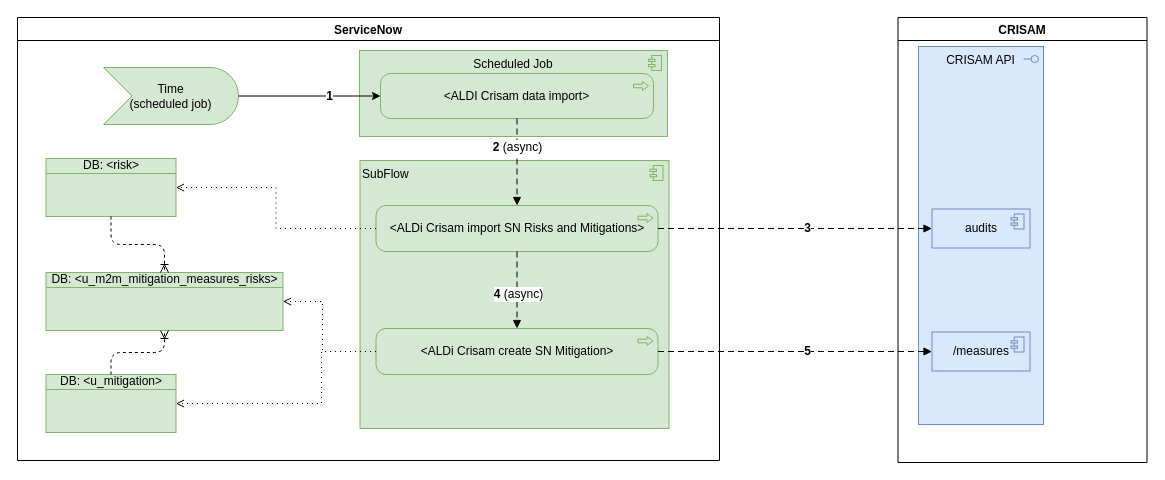
The draw.io diagram page "Crisam2SnNightly" (15 of 25) of AldiCrisam.drawio in algimas/tmp, before the edit. Source tidied: cells renumbered, new cells numbered last; positions are measured from the earlier drawing's top-left corner, leaving out a move shared by most shapes. Both pictures are drawn from the tidied source at 100%, with x=0, y=0 at pixel (17, 17).
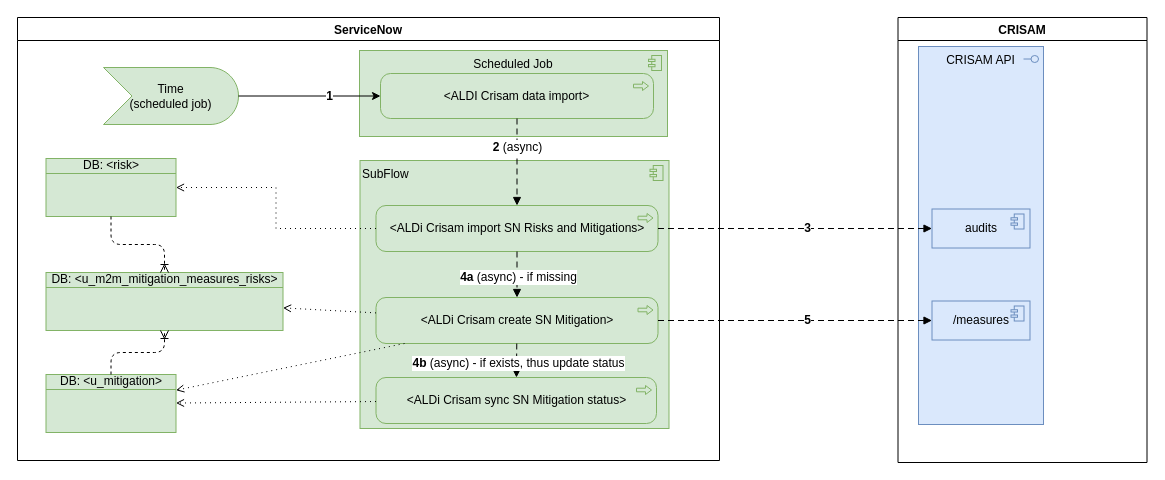
After the change.

The change refers to these unchanged cells:
```xml
<mxCell id="2" value="CRISAM" style="swimlane;" parent="1" vertex="1">
  <mxGeometry x="880.5" width="249" height="445" as="geometry" />
</mxCell>
<mxCell id="6" value="ServiceNow" style="swimlane;" parent="1" vertex="1">
  <mxGeometry width="702" height="443" as="geometry" />
</mxCell>
<mxCell id="19" style="html=1;endArrow=block;dashed=1;elbow=vertical;endFill=1;dashPattern=6 4;rounded=0;fontSize=12;" parent="6" edge="1" source="16" target="18">
  <mxGeometry relative="1" as="geometry" />
</mxCell>
<mxCell id="21" value="DB: &amp;lt;u_mitigation&amp;gt;" style="html=1;outlineConnect=0;whiteSpace=wrap;fillColor=#d5e8d4;shape=mxgraph.archimate3.businessObject;overflow=fill;strokeColor=#82b366;" parent="6" vertex="1">
  <mxGeometry x="28.5" y="357" width="130" height="58" as="geometry" />
</mxCell>
<mxCell id="22" value="DB: &amp;lt;u_m2m_mitigation_measures_risks&amp;gt;" style="html=1;outlineConnect=0;whiteSpace=wrap;fillColor=#d5e8d4;shape=mxgraph.archimate3.businessObject;overflow=fill;strokeColor=#82b366;" parent="6" vertex="1">
  <mxGeometry x="28.5" y="255" width="237" height="58" as="geometry" />
</mxCell>
```

Diff of the diagram source:
```diff
@@
     <mxCell id="4" value="/measures" style="html=1;outlineConnect=0;whiteSpace=wrap;fillColor=#dae8fc;shape=mxgraph.archimate3.application;appType=comp;archiType=square;strokeColor=#6c8ebf;" parent="2" vertex="1">
-      <mxGeometry x="34" y="314.5" width="98" height="39" as="geometry" />
+      <mxGeometry x="34" y="283.5" width="98" height="39" as="geometry" />
     </mxCell>
@@
     <mxCell id="18" value="&amp;lt;ALDi Crisam create SN Mitigation&amp;gt;" style="html=1;outlineConnect=0;whiteSpace=wrap;fillColor=#d5e8d4;shape=mxgraph.archimate3.application;appType=proc;archiType=rounded;strokeColor=#82b366;" parent="6" vertex="1">
-      <mxGeometry x="358.5" y="311" width="282" height="46" as="geometry" />
+      <mxGeometry x="358.5" y="280" width="282" height="46" as="geometry" />
     </mxCell>
@@
-    <mxCell id="20" value="&lt;b&gt;4&amp;nbsp;&lt;/b&gt;(async)" style="edgeLabel;html=1;align=center;verticalAlign=middle;fontSize=12;" parent="19" vertex="1">
+    <mxCell id="20" value="&lt;b&gt;4a&amp;nbsp;&lt;/b&gt;(async) - if missing" style="edgeLabel;html=1;align=center;verticalAlign=middle;fontSize=12;" parent="19" vertex="1">
       <mxGeometry x="0.09" y="1" relative="1" as="geometry" />
     </mxCell>
@@
-    <mxCell id="25" style="edgeStyle=orthogonalEdgeStyle;html=1;endArrow=open;elbow=vertical;endFill=0;dashed=1;dashPattern=1 4;rounded=0;fillColor=#00b9f2;" parent="6" edge="1" source="18" target="22">
-      <mxGeometry relative="1" as="geometry">
-        <Array as="points">
-          <mxPoint x="305" y="334" />
-          <mxPoint x="305" y="284" />
-        </Array>
-      </mxGeometry>
+    <mxCell id="25" style="html=1;endArrow=open;elbow=vertical;endFill=0;dashed=1;dashPattern=1 4;rounded=0;fillColor=#00b9f2;" parent="6" edge="1" source="18" target="22">
+      <mxGeometry relative="1" as="geometry" />
     </mxCell>
-    <mxCell id="26" style="edgeStyle=orthogonalEdgeStyle;html=1;endArrow=open;elbow=vertical;endFill=0;dashed=1;dashPattern=1 4;rounded=0;fillColor=#00b9f2;" parent="6" edge="1" source="18" target="21">
-      <mxGeometry relative="1" as="geometry">
-        <Array as="points">
-          <mxPoint x="304" y="334" />
-          <mxPoint x="304" y="386" />
-        </Array>
-      </mxGeometry>
+    <mxCell id="26" style="html=1;endArrow=open;elbow=vertical;endFill=0;dashed=1;dashPattern=1 4;rounded=0;fillColor=#00b9f2;" parent="6" edge="1" source="18" target="21">
+      <mxGeometry relative="1" as="geometry" />
     </mxCell>
+    <mxCell id="31" value="&amp;lt;ALDi Crisam sync SN Mitigation status&amp;gt;" style="html=1;outlineConnect=0;whiteSpace=wrap;fillColor=#d5e8d4;shape=mxgraph.archimate3.application;appType=proc;archiType=rounded;strokeColor=#82b366;" parent="6" vertex="1">
+      <mxGeometry x="358.5" y="360" width="280.5" height="46" as="geometry" />
+    </mxCell>
+    <mxCell id="32" style="html=1;endArrow=block;dashed=1;elbow=vertical;endFill=1;dashPattern=6 4;rounded=0;fontSize=12;" parent="6" edge="1" source="18" target="31">
+      <mxGeometry relative="1" as="geometry" />
+    </mxCell>
+    <mxCell id="33" value="&lt;b&gt;4b&amp;nbsp;&lt;/b&gt;(async) - if exists, thus update status" style="edgeLabel;html=1;align=center;verticalAlign=middle;fontSize=12;" parent="32" vertex="1">
+      <mxGeometry x="0.09" y="1" relative="1" as="geometry" />
+    </mxCell>
+    <mxCell id="34" style="html=1;endArrow=open;elbow=vertical;endFill=0;dashed=1;dashPattern=1 4;rounded=0;fillColor=#00b9f2;" parent="6" edge="1" source="31" target="21">
+      <mxGeometry relative="1" as="geometry" />
+    </mxCell>
```
